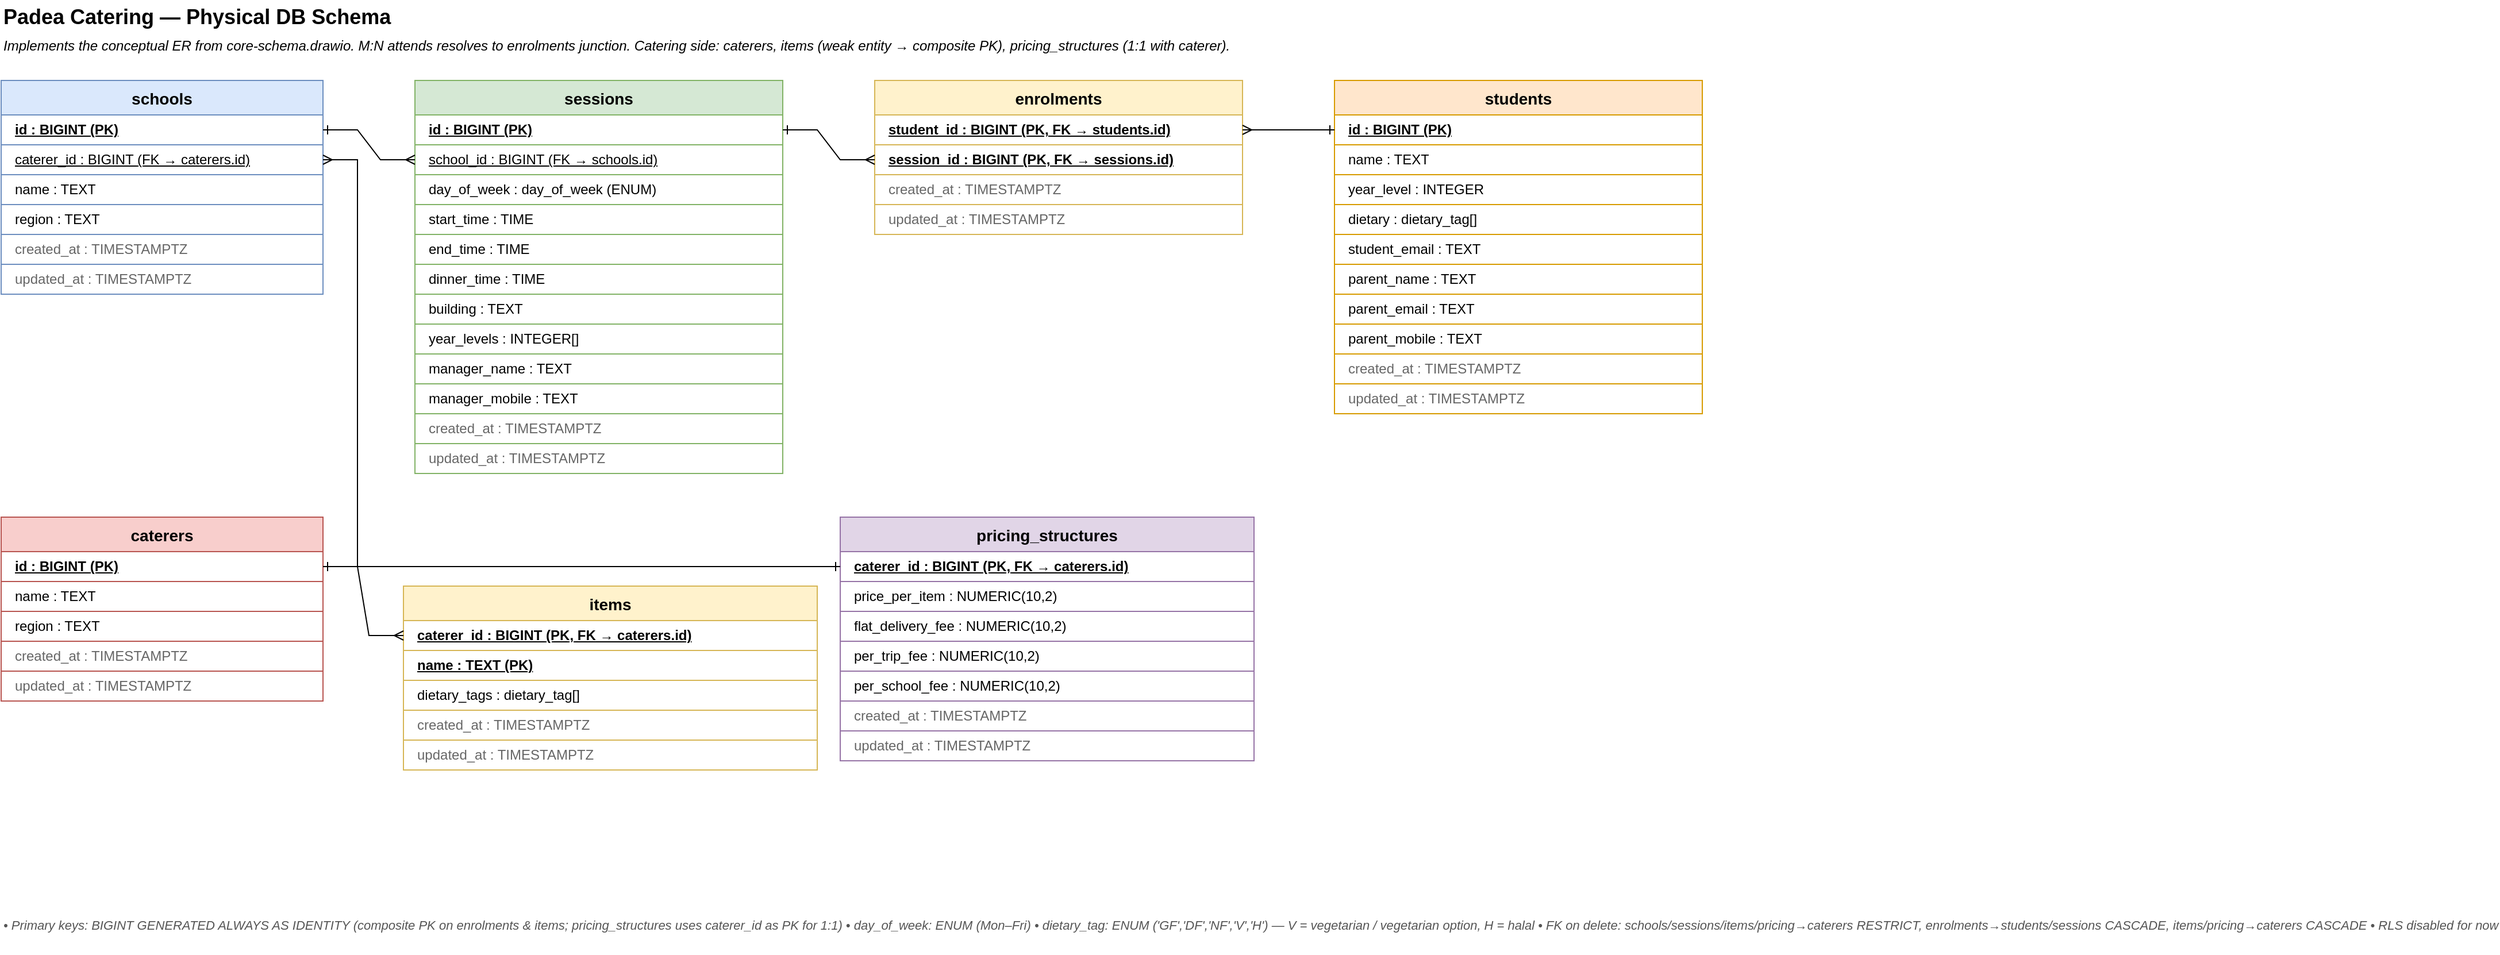
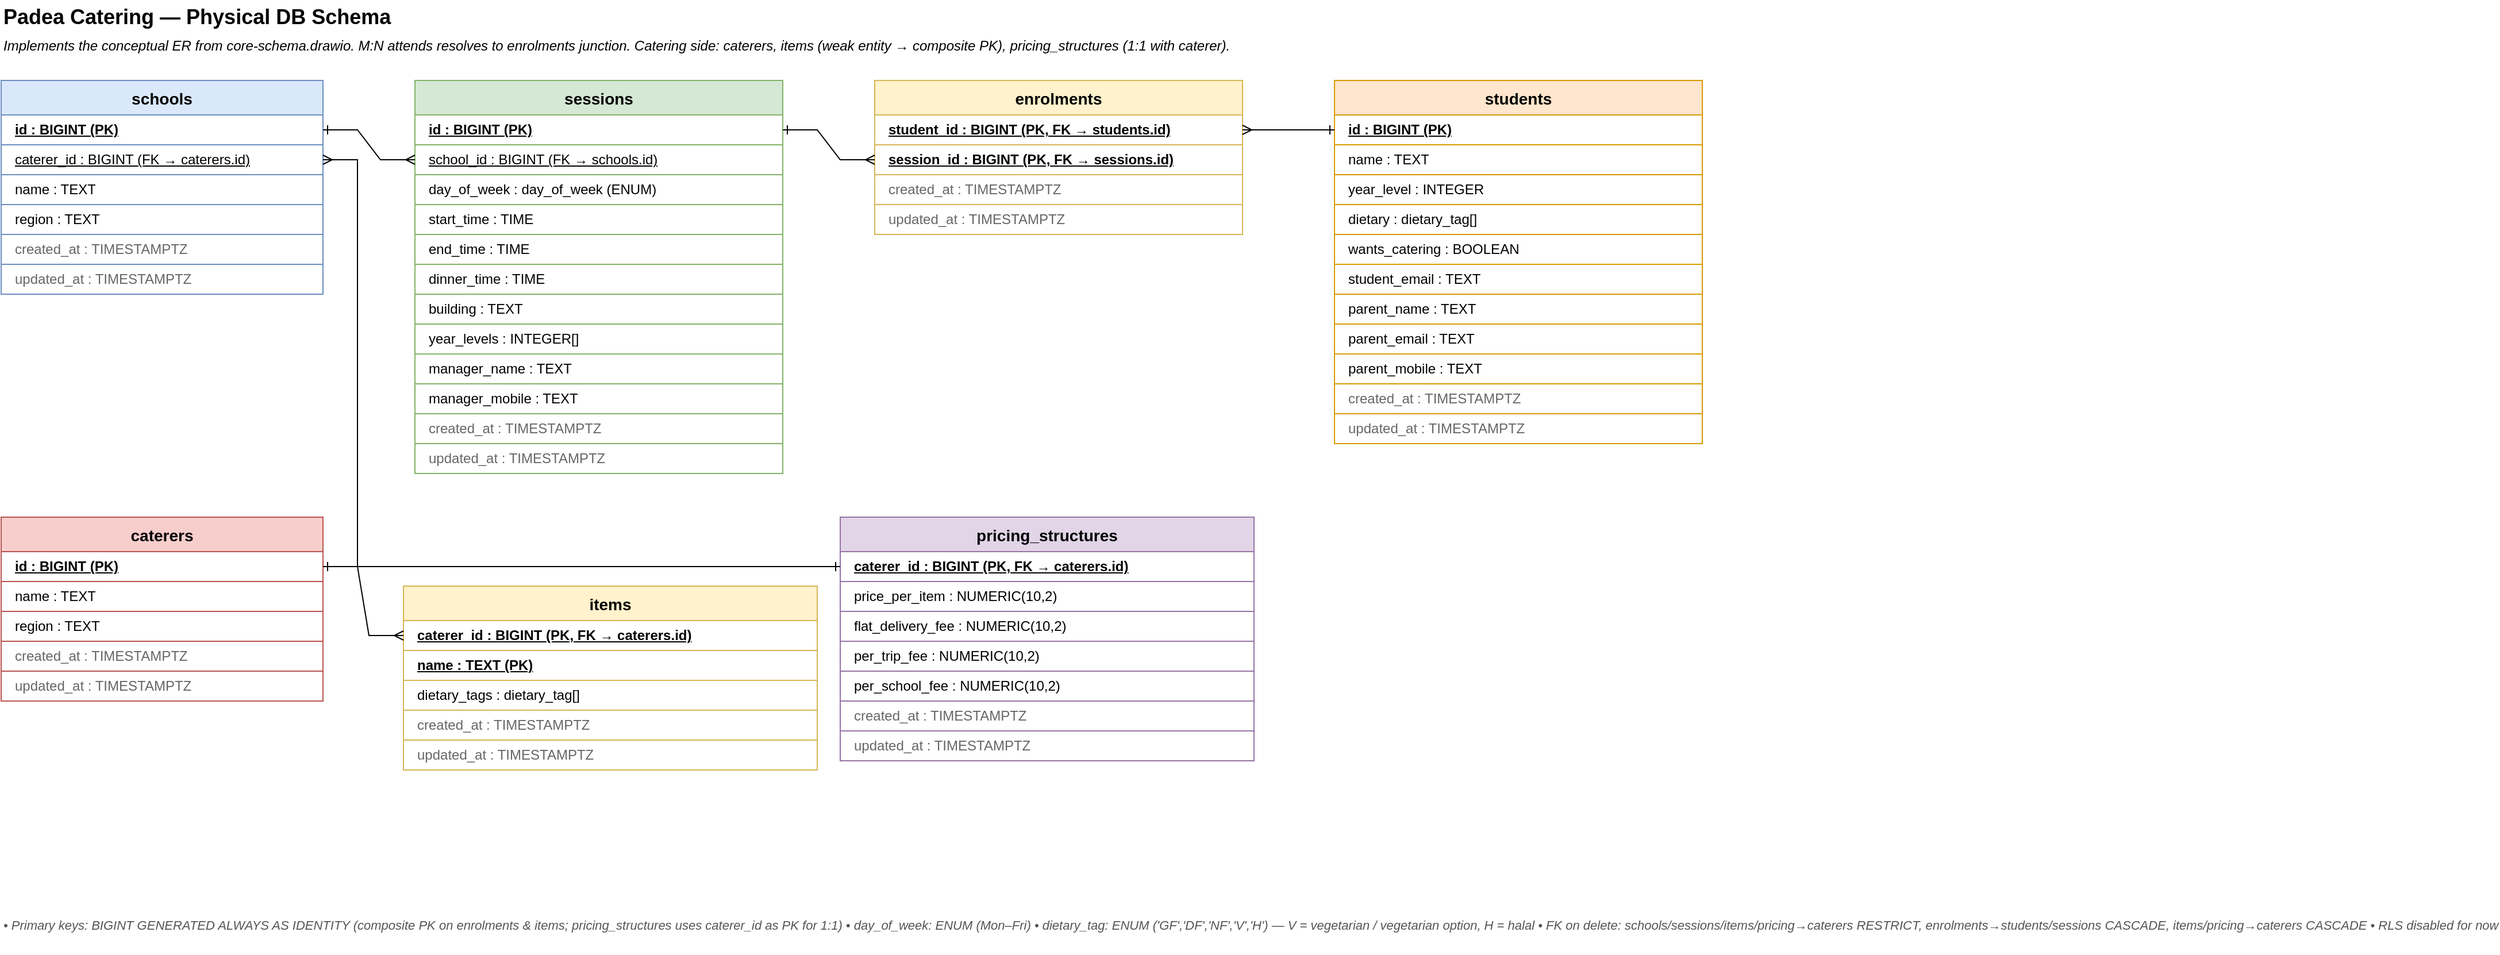
<mxfile host="65bd71144e">
    <diagram name="DB Schema" id="db-schema">
        <mxGraphModel dx="1240" dy="691" grid="1" gridSize="10" guides="1" tooltips="1" connect="1" arrows="1" fold="1" page="1" pageScale="1" pageWidth="1700" pageHeight="900" math="0" shadow="0">
            <root>
                <mxCell id="0"/>
                <mxCell id="1" parent="0"/>
                <mxCell id="title" value="Padea Catering — Physical DB Schema" style="text;html=1;align=left;verticalAlign=middle;fontSize=18;fontStyle=1;" parent="1" vertex="1">
                    <mxGeometry x="40" y="20" width="800" height="30" as="geometry"/>
                </mxCell>
                <mxCell id="subtitle" value="Implements the conceptual ER from core-schema.drawio. M:N attends resolves to enrolments junction. Catering side: caterers, items (weak entity → composite PK), pricing_structures (1:1 with caterer)." style="text;html=1;align=left;verticalAlign=middle;fontSize=12;fontStyle=2;" parent="1" vertex="1">
                    <mxGeometry x="40" y="50" width="1500" height="20" as="geometry"/>
                </mxCell>
                <mxCell id="schools" value="schools" style="shape=table;startSize=30;container=1;collapsible=0;childLayout=tableLayout;fontSize=14;fontStyle=1;fillColor=#dae8fc;strokeColor=#6c8ebf;" parent="1" vertex="1">
                    <mxGeometry x="40" y="90" width="280" height="186" as="geometry"/>
                </mxCell>
                <mxCell id="schools-r1" value="" style="shape=tableRow;horizontal=0;startSize=0;swimlaneHead=0;swimlaneBody=0;strokeColor=inherit;top=0;left=0;bottom=0;right=0;collapsible=0;dropTarget=0;fillColor=none;points=[[0,0.5],[1,0.5]];portConstraint=eastwest;fontSize=12;" parent="schools" vertex="1">
                    <mxGeometry y="30" width="280" height="26" as="geometry"/>
                </mxCell>
                <mxCell id="schools-r1-c" value="id : BIGINT  (PK)" style="shape=partialRectangle;html=1;whiteSpace=wrap;connectable=0;strokeColor=inherit;overflow=hidden;fillColor=none;top=0;left=0;bottom=0;right=0;pointerEvents=1;fontStyle=5;align=left;spacingLeft=10;" parent="schools-r1" vertex="1">
                    <mxGeometry width="280" height="26" as="geometry"/>
                </mxCell>
                <mxCell id="schools-r-cat" value="" style="shape=tableRow;horizontal=0;startSize=0;swimlaneHead=0;swimlaneBody=0;strokeColor=inherit;top=0;left=0;bottom=0;right=0;collapsible=0;dropTarget=0;fillColor=none;points=[[0,0.5],[1,0.5]];portConstraint=eastwest;fontSize=12;" parent="schools" vertex="1">
                    <mxGeometry y="56" width="280" height="26" as="geometry"/>
                </mxCell>
                <mxCell id="schools-r-cat-c" value="caterer_id : BIGINT  (FK → caterers.id)" style="shape=partialRectangle;html=1;whiteSpace=wrap;connectable=0;strokeColor=inherit;overflow=hidden;fillColor=none;top=0;left=0;bottom=0;right=0;pointerEvents=1;fontStyle=4;align=left;spacingLeft=10;" parent="schools-r-cat" vertex="1">
                    <mxGeometry width="280" height="26" as="geometry"/>
                </mxCell>
                <mxCell id="schools-r2" value="" style="shape=tableRow;horizontal=0;startSize=0;swimlaneHead=0;swimlaneBody=0;strokeColor=inherit;top=0;left=0;bottom=0;right=0;collapsible=0;dropTarget=0;fillColor=none;points=[[0,0.5],[1,0.5]];portConstraint=eastwest;fontSize=12;" parent="schools" vertex="1">
                    <mxGeometry y="82" width="280" height="26" as="geometry"/>
                </mxCell>
                <mxCell id="schools-r2-c" value="name : TEXT" style="shape=partialRectangle;html=1;whiteSpace=wrap;connectable=0;strokeColor=inherit;overflow=hidden;fillColor=none;top=0;left=0;bottom=0;right=0;pointerEvents=1;align=left;spacingLeft=10;" parent="schools-r2" vertex="1">
                    <mxGeometry width="280" height="26" as="geometry"/>
                </mxCell>
                <mxCell id="schools-r3" value="" style="shape=tableRow;horizontal=0;startSize=0;swimlaneHead=0;swimlaneBody=0;strokeColor=inherit;top=0;left=0;bottom=0;right=0;collapsible=0;dropTarget=0;fillColor=none;points=[[0,0.5],[1,0.5]];portConstraint=eastwest;fontSize=12;" parent="schools" vertex="1">
                    <mxGeometry y="108" width="280" height="26" as="geometry"/>
                </mxCell>
                <mxCell id="schools-r3-c" value="region : TEXT" style="shape=partialRectangle;html=1;whiteSpace=wrap;connectable=0;strokeColor=inherit;overflow=hidden;fillColor=none;top=0;left=0;bottom=0;right=0;pointerEvents=1;align=left;spacingLeft=10;" parent="schools-r3" vertex="1">
                    <mxGeometry width="280" height="26" as="geometry"/>
                </mxCell>
                <mxCell id="schools-r4" value="" style="shape=tableRow;horizontal=0;startSize=0;swimlaneHead=0;swimlaneBody=0;strokeColor=inherit;top=0;left=0;bottom=0;right=0;collapsible=0;dropTarget=0;fillColor=none;points=[[0,0.5],[1,0.5]];portConstraint=eastwest;fontSize=12;" parent="schools" vertex="1">
                    <mxGeometry y="134" width="280" height="26" as="geometry"/>
                </mxCell>
                <mxCell id="schools-r4-c" value="created_at : TIMESTAMPTZ" style="shape=partialRectangle;html=1;whiteSpace=wrap;connectable=0;strokeColor=inherit;overflow=hidden;fillColor=none;top=0;left=0;bottom=0;right=0;pointerEvents=1;align=left;spacingLeft=10;fontColor=#666666;" parent="schools-r4" vertex="1">
                    <mxGeometry width="280" height="26" as="geometry"/>
                </mxCell>
                <mxCell id="schools-r5" value="" style="shape=tableRow;horizontal=0;startSize=0;swimlaneHead=0;swimlaneBody=0;strokeColor=inherit;top=0;left=0;bottom=0;right=0;collapsible=0;dropTarget=0;fillColor=none;points=[[0,0.5],[1,0.5]];portConstraint=eastwest;fontSize=12;" parent="schools" vertex="1">
                    <mxGeometry y="160" width="280" height="26" as="geometry"/>
                </mxCell>
                <mxCell id="schools-r5-c" value="updated_at : TIMESTAMPTZ" style="shape=partialRectangle;html=1;whiteSpace=wrap;connectable=0;strokeColor=inherit;overflow=hidden;fillColor=none;top=0;left=0;bottom=0;right=0;pointerEvents=1;align=left;spacingLeft=10;fontColor=#666666;" parent="schools-r5" vertex="1">
                    <mxGeometry width="280" height="26" as="geometry"/>
                </mxCell>
                <mxCell id="sessions" value="sessions" style="shape=table;startSize=30;container=1;collapsible=0;childLayout=tableLayout;fontSize=14;fontStyle=1;fillColor=#d5e8d4;strokeColor=#82b366;" parent="1" vertex="1">
                    <mxGeometry x="400" y="90" width="320" height="342" as="geometry"/>
                </mxCell>
                <mxCell id="sessions-r1" value="" style="shape=tableRow;horizontal=0;startSize=0;swimlaneHead=0;swimlaneBody=0;strokeColor=inherit;top=0;left=0;bottom=0;right=0;collapsible=0;dropTarget=0;fillColor=none;points=[[0,0.5],[1,0.5]];portConstraint=eastwest;fontSize=12;" parent="sessions" vertex="1">
                    <mxGeometry y="30" width="320" height="26" as="geometry"/>
                </mxCell>
                <mxCell id="sessions-r1-c" value="id : BIGINT  (PK)" style="shape=partialRectangle;html=1;whiteSpace=wrap;connectable=0;strokeColor=inherit;overflow=hidden;fillColor=none;top=0;left=0;bottom=0;right=0;pointerEvents=1;fontStyle=5;align=left;spacingLeft=10;" parent="sessions-r1" vertex="1">
                    <mxGeometry width="320" height="26" as="geometry"/>
                </mxCell>
                <mxCell id="sessions-r2" value="" style="shape=tableRow;horizontal=0;startSize=0;swimlaneHead=0;swimlaneBody=0;strokeColor=inherit;top=0;left=0;bottom=0;right=0;collapsible=0;dropTarget=0;fillColor=none;points=[[0,0.5],[1,0.5]];portConstraint=eastwest;fontSize=12;" parent="sessions" vertex="1">
                    <mxGeometry y="56" width="320" height="26" as="geometry"/>
                </mxCell>
                <mxCell id="sessions-r2-c" value="school_id : BIGINT  (FK → schools.id)" style="shape=partialRectangle;html=1;whiteSpace=wrap;connectable=0;strokeColor=inherit;overflow=hidden;fillColor=none;top=0;left=0;bottom=0;right=0;pointerEvents=1;fontStyle=4;align=left;spacingLeft=10;" parent="sessions-r2" vertex="1">
                    <mxGeometry width="320" height="26" as="geometry"/>
                </mxCell>
                <mxCell id="sessions-r3" value="" style="shape=tableRow;horizontal=0;startSize=0;swimlaneHead=0;swimlaneBody=0;strokeColor=inherit;top=0;left=0;bottom=0;right=0;collapsible=0;dropTarget=0;fillColor=none;points=[[0,0.5],[1,0.5]];portConstraint=eastwest;fontSize=12;" parent="sessions" vertex="1">
                    <mxGeometry y="82" width="320" height="26" as="geometry"/>
                </mxCell>
                <mxCell id="sessions-r3-c" value="day_of_week : day_of_week (ENUM)" style="shape=partialRectangle;html=1;whiteSpace=wrap;connectable=0;strokeColor=inherit;overflow=hidden;fillColor=none;top=0;left=0;bottom=0;right=0;pointerEvents=1;align=left;spacingLeft=10;" parent="sessions-r3" vertex="1">
                    <mxGeometry width="320" height="26" as="geometry"/>
                </mxCell>
                <mxCell id="sessions-r4" value="" style="shape=tableRow;horizontal=0;startSize=0;swimlaneHead=0;swimlaneBody=0;strokeColor=inherit;top=0;left=0;bottom=0;right=0;collapsible=0;dropTarget=0;fillColor=none;points=[[0,0.5],[1,0.5]];portConstraint=eastwest;fontSize=12;" parent="sessions" vertex="1">
                    <mxGeometry y="108" width="320" height="26" as="geometry"/>
                </mxCell>
                <mxCell id="sessions-r4-c" value="start_time : TIME" style="shape=partialRectangle;html=1;whiteSpace=wrap;connectable=0;strokeColor=inherit;overflow=hidden;fillColor=none;top=0;left=0;bottom=0;right=0;pointerEvents=1;align=left;spacingLeft=10;" parent="sessions-r4" vertex="1">
                    <mxGeometry width="320" height="26" as="geometry"/>
                </mxCell>
                <mxCell id="sessions-r5" value="" style="shape=tableRow;horizontal=0;startSize=0;swimlaneHead=0;swimlaneBody=0;strokeColor=inherit;top=0;left=0;bottom=0;right=0;collapsible=0;dropTarget=0;fillColor=none;points=[[0,0.5],[1,0.5]];portConstraint=eastwest;fontSize=12;" parent="sessions" vertex="1">
                    <mxGeometry y="134" width="320" height="26" as="geometry"/>
                </mxCell>
                <mxCell id="sessions-r5-c" value="end_time : TIME" style="shape=partialRectangle;html=1;whiteSpace=wrap;connectable=0;strokeColor=inherit;overflow=hidden;fillColor=none;top=0;left=0;bottom=0;right=0;pointerEvents=1;align=left;spacingLeft=10;" parent="sessions-r5" vertex="1">
                    <mxGeometry width="320" height="26" as="geometry"/>
                </mxCell>
                <mxCell id="sessions-r6" value="" style="shape=tableRow;horizontal=0;startSize=0;swimlaneHead=0;swimlaneBody=0;strokeColor=inherit;top=0;left=0;bottom=0;right=0;collapsible=0;dropTarget=0;fillColor=none;points=[[0,0.5],[1,0.5]];portConstraint=eastwest;fontSize=12;" parent="sessions" vertex="1">
                    <mxGeometry y="160" width="320" height="26" as="geometry"/>
                </mxCell>
                <mxCell id="sessions-r6-c" value="dinner_time : TIME" style="shape=partialRectangle;html=1;whiteSpace=wrap;connectable=0;strokeColor=inherit;overflow=hidden;fillColor=none;top=0;left=0;bottom=0;right=0;pointerEvents=1;align=left;spacingLeft=10;" parent="sessions-r6" vertex="1">
                    <mxGeometry width="320" height="26" as="geometry"/>
                </mxCell>
                <mxCell id="sessions-r7" value="" style="shape=tableRow;horizontal=0;startSize=0;swimlaneHead=0;swimlaneBody=0;strokeColor=inherit;top=0;left=0;bottom=0;right=0;collapsible=0;dropTarget=0;fillColor=none;points=[[0,0.5],[1,0.5]];portConstraint=eastwest;fontSize=12;" parent="sessions" vertex="1">
                    <mxGeometry y="186" width="320" height="26" as="geometry"/>
                </mxCell>
                <mxCell id="sessions-r7-c" value="building : TEXT" style="shape=partialRectangle;html=1;whiteSpace=wrap;connectable=0;strokeColor=inherit;overflow=hidden;fillColor=none;top=0;left=0;bottom=0;right=0;pointerEvents=1;align=left;spacingLeft=10;" parent="sessions-r7" vertex="1">
                    <mxGeometry width="320" height="26" as="geometry"/>
                </mxCell>
                <mxCell id="sessions-r8" value="" style="shape=tableRow;horizontal=0;startSize=0;swimlaneHead=0;swimlaneBody=0;strokeColor=inherit;top=0;left=0;bottom=0;right=0;collapsible=0;dropTarget=0;fillColor=none;points=[[0,0.5],[1,0.5]];portConstraint=eastwest;fontSize=12;" parent="sessions" vertex="1">
                    <mxGeometry y="212" width="320" height="26" as="geometry"/>
                </mxCell>
                <mxCell id="sessions-r8-c" value="year_levels : INTEGER[]" style="shape=partialRectangle;html=1;whiteSpace=wrap;connectable=0;strokeColor=inherit;overflow=hidden;fillColor=none;top=0;left=0;bottom=0;right=0;pointerEvents=1;align=left;spacingLeft=10;" parent="sessions-r8" vertex="1">
                    <mxGeometry width="320" height="26" as="geometry"/>
                </mxCell>
                <mxCell id="sessions-r9" value="" style="shape=tableRow;horizontal=0;startSize=0;swimlaneHead=0;swimlaneBody=0;strokeColor=inherit;top=0;left=0;bottom=0;right=0;collapsible=0;dropTarget=0;fillColor=none;points=[[0,0.5],[1,0.5]];portConstraint=eastwest;fontSize=12;" parent="sessions" vertex="1">
                    <mxGeometry y="238" width="320" height="26" as="geometry"/>
                </mxCell>
                <mxCell id="sessions-r9-c" value="manager_name : TEXT" style="shape=partialRectangle;html=1;whiteSpace=wrap;connectable=0;strokeColor=inherit;overflow=hidden;fillColor=none;top=0;left=0;bottom=0;right=0;pointerEvents=1;align=left;spacingLeft=10;" parent="sessions-r9" vertex="1">
                    <mxGeometry width="320" height="26" as="geometry"/>
                </mxCell>
                <mxCell id="sessions-r10" value="" style="shape=tableRow;horizontal=0;startSize=0;swimlaneHead=0;swimlaneBody=0;strokeColor=inherit;top=0;left=0;bottom=0;right=0;collapsible=0;dropTarget=0;fillColor=none;points=[[0,0.5],[1,0.5]];portConstraint=eastwest;fontSize=12;" parent="sessions" vertex="1">
                    <mxGeometry y="264" width="320" height="26" as="geometry"/>
                </mxCell>
                <mxCell id="sessions-r10-c" value="manager_mobile : TEXT" style="shape=partialRectangle;html=1;whiteSpace=wrap;connectable=0;strokeColor=inherit;overflow=hidden;fillColor=none;top=0;left=0;bottom=0;right=0;pointerEvents=1;align=left;spacingLeft=10;" parent="sessions-r10" vertex="1">
                    <mxGeometry width="320" height="26" as="geometry"/>
                </mxCell>
                <mxCell id="sessions-r11" value="" style="shape=tableRow;horizontal=0;startSize=0;swimlaneHead=0;swimlaneBody=0;strokeColor=inherit;top=0;left=0;bottom=0;right=0;collapsible=0;dropTarget=0;fillColor=none;points=[[0,0.5],[1,0.5]];portConstraint=eastwest;fontSize=12;" parent="sessions" vertex="1">
                    <mxGeometry y="290" width="320" height="26" as="geometry"/>
                </mxCell>
                <mxCell id="sessions-r11-c" value="created_at : TIMESTAMPTZ" style="shape=partialRectangle;html=1;whiteSpace=wrap;connectable=0;strokeColor=inherit;overflow=hidden;fillColor=none;top=0;left=0;bottom=0;right=0;pointerEvents=1;align=left;spacingLeft=10;fontColor=#666666;" parent="sessions-r11" vertex="1">
                    <mxGeometry width="320" height="26" as="geometry"/>
                </mxCell>
                <mxCell id="sessions-r12" value="" style="shape=tableRow;horizontal=0;startSize=0;swimlaneHead=0;swimlaneBody=0;strokeColor=inherit;top=0;left=0;bottom=0;right=0;collapsible=0;dropTarget=0;fillColor=none;points=[[0,0.5],[1,0.5]];portConstraint=eastwest;fontSize=12;" parent="sessions" vertex="1">
                    <mxGeometry y="316" width="320" height="26" as="geometry"/>
                </mxCell>
                <mxCell id="sessions-r12-c" value="updated_at : TIMESTAMPTZ" style="shape=partialRectangle;html=1;whiteSpace=wrap;connectable=0;strokeColor=inherit;overflow=hidden;fillColor=none;top=0;left=0;bottom=0;right=0;pointerEvents=1;align=left;spacingLeft=10;fontColor=#666666;" parent="sessions-r12" vertex="1">
                    <mxGeometry width="320" height="26" as="geometry"/>
                </mxCell>
                <mxCell id="enrolments" value="enrolments" style="shape=table;startSize=30;container=1;collapsible=0;childLayout=tableLayout;fontSize=14;fontStyle=1;fillColor=#fff2cc;strokeColor=#d6b656;" parent="1" vertex="1">
                    <mxGeometry x="800" y="90" width="320" height="134" as="geometry"/>
                </mxCell>
                <mxCell id="enrolments-r2" value="" style="shape=tableRow;horizontal=0;startSize=0;swimlaneHead=0;swimlaneBody=0;strokeColor=inherit;top=0;left=0;bottom=0;right=0;collapsible=0;dropTarget=0;fillColor=none;points=[[0,0.5],[1,0.5]];portConstraint=eastwest;fontSize=12;" parent="enrolments" vertex="1">
                    <mxGeometry y="30" width="320" height="26" as="geometry"/>
                </mxCell>
                <mxCell id="enrolments-r2-c" value="student_id : BIGINT  (PK, FK → students.id)" style="shape=partialRectangle;html=1;whiteSpace=wrap;connectable=0;strokeColor=inherit;overflow=hidden;fillColor=none;top=0;left=0;bottom=0;right=0;pointerEvents=1;fontStyle=5;align=left;spacingLeft=10;" parent="enrolments-r2" vertex="1">
                    <mxGeometry width="320" height="26" as="geometry"/>
                </mxCell>
                <mxCell id="enrolments-r3" value="" style="shape=tableRow;horizontal=0;startSize=0;swimlaneHead=0;swimlaneBody=0;strokeColor=inherit;top=0;left=0;bottom=0;right=0;collapsible=0;dropTarget=0;fillColor=none;points=[[0,0.5],[1,0.5]];portConstraint=eastwest;fontSize=12;" parent="enrolments" vertex="1">
                    <mxGeometry y="56" width="320" height="26" as="geometry"/>
                </mxCell>
                <mxCell id="enrolments-r3-c" value="session_id : BIGINT  (PK, FK → sessions.id)" style="shape=partialRectangle;html=1;whiteSpace=wrap;connectable=0;strokeColor=inherit;overflow=hidden;fillColor=none;top=0;left=0;bottom=0;right=0;pointerEvents=1;fontStyle=5;align=left;spacingLeft=10;" parent="enrolments-r3" vertex="1">
                    <mxGeometry width="320" height="26" as="geometry"/>
                </mxCell>
                <mxCell id="enrolments-r4" value="" style="shape=tableRow;horizontal=0;startSize=0;swimlaneHead=0;swimlaneBody=0;strokeColor=inherit;top=0;left=0;bottom=0;right=0;collapsible=0;dropTarget=0;fillColor=none;points=[[0,0.5],[1,0.5]];portConstraint=eastwest;fontSize=12;" parent="enrolments" vertex="1">
                    <mxGeometry y="82" width="320" height="26" as="geometry"/>
                </mxCell>
                <mxCell id="enrolments-r4-c" value="created_at : TIMESTAMPTZ" style="shape=partialRectangle;html=1;whiteSpace=wrap;connectable=0;strokeColor=inherit;overflow=hidden;fillColor=none;top=0;left=0;bottom=0;right=0;pointerEvents=1;align=left;spacingLeft=10;fontColor=#666666;" parent="enrolments-r4" vertex="1">
                    <mxGeometry width="320" height="26" as="geometry"/>
                </mxCell>
                <mxCell id="enrolments-r5" value="" style="shape=tableRow;horizontal=0;startSize=0;swimlaneHead=0;swimlaneBody=0;strokeColor=inherit;top=0;left=0;bottom=0;right=0;collapsible=0;dropTarget=0;fillColor=none;points=[[0,0.5],[1,0.5]];portConstraint=eastwest;fontSize=12;" parent="enrolments" vertex="1">
                    <mxGeometry y="108" width="320" height="26" as="geometry"/>
                </mxCell>
                <mxCell id="enrolments-r5-c" value="updated_at : TIMESTAMPTZ" style="shape=partialRectangle;html=1;whiteSpace=wrap;connectable=0;strokeColor=inherit;overflow=hidden;fillColor=none;top=0;left=0;bottom=0;right=0;pointerEvents=1;align=left;spacingLeft=10;fontColor=#666666;" parent="enrolments-r5" vertex="1">
                    <mxGeometry width="320" height="26" as="geometry"/>
                </mxCell>
                <mxCell id="students" value="students" style="shape=table;startSize=30;container=1;collapsible=0;childLayout=tableLayout;fontSize=14;fontStyle=1;fillColor=#ffe6cc;strokeColor=#d79b00;" parent="1" vertex="1">
-                     <mxGeometry x="1200" y="90" width="320" height="290" as="geometry"/>
+                     <mxGeometry x="1200" y="90" width="320" height="316" as="geometry"/>
                </mxCell>
                <mxCell id="students-r1" value="" style="shape=tableRow;horizontal=0;startSize=0;swimlaneHead=0;swimlaneBody=0;strokeColor=inherit;top=0;left=0;bottom=0;right=0;collapsible=0;dropTarget=0;fillColor=none;points=[[0,0.5],[1,0.5]];portConstraint=eastwest;fontSize=12;" parent="students" vertex="1">
                    <mxGeometry y="30" width="320" height="26" as="geometry"/>
                </mxCell>
                <mxCell id="students-r1-c" value="id : BIGINT  (PK)" style="shape=partialRectangle;html=1;whiteSpace=wrap;connectable=0;strokeColor=inherit;overflow=hidden;fillColor=none;top=0;left=0;bottom=0;right=0;pointerEvents=1;fontStyle=5;align=left;spacingLeft=10;" parent="students-r1" vertex="1">
                    <mxGeometry width="320" height="26" as="geometry"/>
                </mxCell>
                <mxCell id="students-r2" value="" style="shape=tableRow;horizontal=0;startSize=0;swimlaneHead=0;swimlaneBody=0;strokeColor=inherit;top=0;left=0;bottom=0;right=0;collapsible=0;dropTarget=0;fillColor=none;points=[[0,0.5],[1,0.5]];portConstraint=eastwest;fontSize=12;" parent="students" vertex="1">
                    <mxGeometry y="56" width="320" height="26" as="geometry"/>
                </mxCell>
                <mxCell id="students-r2-c" value="name : TEXT" style="shape=partialRectangle;html=1;whiteSpace=wrap;connectable=0;strokeColor=inherit;overflow=hidden;fillColor=none;top=0;left=0;bottom=0;right=0;pointerEvents=1;align=left;spacingLeft=10;" parent="students-r2" vertex="1">
                    <mxGeometry width="320" height="26" as="geometry"/>
                </mxCell>
                <mxCell id="students-r3" value="" style="shape=tableRow;horizontal=0;startSize=0;swimlaneHead=0;swimlaneBody=0;strokeColor=inherit;top=0;left=0;bottom=0;right=0;collapsible=0;dropTarget=0;fillColor=none;points=[[0,0.5],[1,0.5]];portConstraint=eastwest;fontSize=12;" parent="students" vertex="1">
                    <mxGeometry y="82" width="320" height="26" as="geometry"/>
                </mxCell>
                <mxCell id="students-r3-c" value="year_level : INTEGER" style="shape=partialRectangle;html=1;whiteSpace=wrap;connectable=0;strokeColor=inherit;overflow=hidden;fillColor=none;top=0;left=0;bottom=0;right=0;pointerEvents=1;align=left;spacingLeft=10;" parent="students-r3" vertex="1">
                    <mxGeometry width="320" height="26" as="geometry"/>
                </mxCell>
                <mxCell id="students-r4" value="" style="shape=tableRow;horizontal=0;startSize=0;swimlaneHead=0;swimlaneBody=0;strokeColor=inherit;top=0;left=0;bottom=0;right=0;collapsible=0;dropTarget=0;fillColor=none;points=[[0,0.5],[1,0.5]];portConstraint=eastwest;fontSize=12;" parent="students" vertex="1">
                    <mxGeometry y="108" width="320" height="26" as="geometry"/>
                </mxCell>
                <mxCell id="students-r4-c" value="dietary : dietary_tag[]" style="shape=partialRectangle;html=1;whiteSpace=wrap;connectable=0;strokeColor=inherit;overflow=hidden;fillColor=none;top=0;left=0;bottom=0;right=0;pointerEvents=1;align=left;spacingLeft=10;" parent="students-r4" vertex="1">
                    <mxGeometry width="320" height="26" as="geometry"/>
                </mxCell>
+                 <mxCell id="students-r-wc" value="" style="shape=tableRow;horizontal=0;startSize=0;swimlaneHead=0;swimlaneBody=0;strokeColor=inherit;top=0;left=0;bottom=0;right=0;collapsible=0;dropTarget=0;fillColor=none;points=[[0,0.5],[1,0.5]];portConstraint=eastwest;fontSize=12;" parent="students" vertex="1">
+                     <mxGeometry y="134" width="320" height="26" as="geometry"/>
+                 </mxCell>
+                 <mxCell id="students-r-wc-c" value="wants_catering : BOOLEAN" style="shape=partialRectangle;html=1;whiteSpace=wrap;connectable=0;strokeColor=inherit;overflow=hidden;fillColor=none;top=0;left=0;bottom=0;right=0;pointerEvents=1;align=left;spacingLeft=10;" parent="students-r-wc" vertex="1">
+                     <mxGeometry width="320" height="26" as="geometry"/>
+                 </mxCell>
                <mxCell id="students-r5" value="" style="shape=tableRow;horizontal=0;startSize=0;swimlaneHead=0;swimlaneBody=0;strokeColor=inherit;top=0;left=0;bottom=0;right=0;collapsible=0;dropTarget=0;fillColor=none;points=[[0,0.5],[1,0.5]];portConstraint=eastwest;fontSize=12;" parent="students" vertex="1">
-                     <mxGeometry y="134" width="320" height="26" as="geometry"/>
+                     <mxGeometry y="160" width="320" height="26" as="geometry"/>
                </mxCell>
                <mxCell id="students-r5-c" value="student_email : TEXT" style="shape=partialRectangle;html=1;whiteSpace=wrap;connectable=0;strokeColor=inherit;overflow=hidden;fillColor=none;top=0;left=0;bottom=0;right=0;pointerEvents=1;align=left;spacingLeft=10;" parent="students-r5" vertex="1">
                    <mxGeometry width="320" height="26" as="geometry"/>
                </mxCell>
                <mxCell id="students-r6" value="" style="shape=tableRow;horizontal=0;startSize=0;swimlaneHead=0;swimlaneBody=0;strokeColor=inherit;top=0;left=0;bottom=0;right=0;collapsible=0;dropTarget=0;fillColor=none;points=[[0,0.5],[1,0.5]];portConstraint=eastwest;fontSize=12;" parent="students" vertex="1">
-                     <mxGeometry y="160" width="320" height="26" as="geometry"/>
+                     <mxGeometry y="186" width="320" height="26" as="geometry"/>
                </mxCell>
                <mxCell id="students-r6-c" value="parent_name : TEXT" style="shape=partialRectangle;html=1;whiteSpace=wrap;connectable=0;strokeColor=inherit;overflow=hidden;fillColor=none;top=0;left=0;bottom=0;right=0;pointerEvents=1;align=left;spacingLeft=10;" parent="students-r6" vertex="1">
                    <mxGeometry width="320" height="26" as="geometry"/>
                </mxCell>
                <mxCell id="students-r7" value="" style="shape=tableRow;horizontal=0;startSize=0;swimlaneHead=0;swimlaneBody=0;strokeColor=inherit;top=0;left=0;bottom=0;right=0;collapsible=0;dropTarget=0;fillColor=none;points=[[0,0.5],[1,0.5]];portConstraint=eastwest;fontSize=12;" parent="students" vertex="1">
-                     <mxGeometry y="186" width="320" height="26" as="geometry"/>
+                     <mxGeometry y="212" width="320" height="26" as="geometry"/>
                </mxCell>
                <mxCell id="students-r7-c" value="parent_email : TEXT" style="shape=partialRectangle;html=1;whiteSpace=wrap;connectable=0;strokeColor=inherit;overflow=hidden;fillColor=none;top=0;left=0;bottom=0;right=0;pointerEvents=1;align=left;spacingLeft=10;" parent="students-r7" vertex="1">
                    <mxGeometry width="320" height="26" as="geometry"/>
                </mxCell>
                <mxCell id="students-r8" value="" style="shape=tableRow;horizontal=0;startSize=0;swimlaneHead=0;swimlaneBody=0;strokeColor=inherit;top=0;left=0;bottom=0;right=0;collapsible=0;dropTarget=0;fillColor=none;points=[[0,0.5],[1,0.5]];portConstraint=eastwest;fontSize=12;" parent="students" vertex="1">
-                     <mxGeometry y="212" width="320" height="26" as="geometry"/>
+                     <mxGeometry y="238" width="320" height="26" as="geometry"/>
                </mxCell>
                <mxCell id="students-r8-c" value="parent_mobile : TEXT" style="shape=partialRectangle;html=1;whiteSpace=wrap;connectable=0;strokeColor=inherit;overflow=hidden;fillColor=none;top=0;left=0;bottom=0;right=0;pointerEvents=1;align=left;spacingLeft=10;" parent="students-r8" vertex="1">
                    <mxGeometry width="320" height="26" as="geometry"/>
                </mxCell>
                <mxCell id="students-r9" value="" style="shape=tableRow;horizontal=0;startSize=0;swimlaneHead=0;swimlaneBody=0;strokeColor=inherit;top=0;left=0;bottom=0;right=0;collapsible=0;dropTarget=0;fillColor=none;points=[[0,0.5],[1,0.5]];portConstraint=eastwest;fontSize=12;" parent="students" vertex="1">
-                     <mxGeometry y="238" width="320" height="26" as="geometry"/>
+                     <mxGeometry y="264" width="320" height="26" as="geometry"/>
                </mxCell>
                <mxCell id="students-r9-c" value="created_at : TIMESTAMPTZ" style="shape=partialRectangle;html=1;whiteSpace=wrap;connectable=0;strokeColor=inherit;overflow=hidden;fillColor=none;top=0;left=0;bottom=0;right=0;pointerEvents=1;align=left;spacingLeft=10;fontColor=#666666;" parent="students-r9" vertex="1">
                    <mxGeometry width="320" height="26" as="geometry"/>
                </mxCell>
                <mxCell id="students-r10" value="" style="shape=tableRow;horizontal=0;startSize=0;swimlaneHead=0;swimlaneBody=0;strokeColor=inherit;top=0;left=0;bottom=0;right=0;collapsible=0;dropTarget=0;fillColor=none;points=[[0,0.5],[1,0.5]];portConstraint=eastwest;fontSize=12;" parent="students" vertex="1">
-                     <mxGeometry y="264" width="320" height="26" as="geometry"/>
+                     <mxGeometry y="290" width="320" height="26" as="geometry"/>
                </mxCell>
                <mxCell id="students-r10-c" value="updated_at : TIMESTAMPTZ" style="shape=partialRectangle;html=1;whiteSpace=wrap;connectable=0;strokeColor=inherit;overflow=hidden;fillColor=none;top=0;left=0;bottom=0;right=0;pointerEvents=1;align=left;spacingLeft=10;fontColor=#666666;" parent="students-r10" vertex="1">
                    <mxGeometry width="320" height="26" as="geometry"/>
                </mxCell>
                <mxCell id="caterers" value="caterers" style="shape=table;startSize=30;container=1;collapsible=0;childLayout=tableLayout;fontSize=14;fontStyle=1;fillColor=#f8cecc;strokeColor=#b85450;" parent="1" vertex="1">
                    <mxGeometry x="40" y="470" width="280" height="160" as="geometry"/>
                </mxCell>
                <mxCell id="caterers-r1" value="" style="shape=tableRow;horizontal=0;startSize=0;swimlaneHead=0;swimlaneBody=0;strokeColor=inherit;top=0;left=0;bottom=0;right=0;collapsible=0;dropTarget=0;fillColor=none;points=[[0,0.5],[1,0.5]];portConstraint=eastwest;fontSize=12;" parent="caterers" vertex="1">
                    <mxGeometry y="30" width="280" height="26" as="geometry"/>
                </mxCell>
                <mxCell id="caterers-r1-c" value="id : BIGINT  (PK)" style="shape=partialRectangle;html=1;whiteSpace=wrap;connectable=0;strokeColor=inherit;overflow=hidden;fillColor=none;top=0;left=0;bottom=0;right=0;pointerEvents=1;fontStyle=5;align=left;spacingLeft=10;" parent="caterers-r1" vertex="1">
                    <mxGeometry width="280" height="26" as="geometry">
                        <mxRectangle width="280" height="26" as="alternateBounds"/>
                    </mxGeometry>
                </mxCell>
                <mxCell id="caterers-r2" value="" style="shape=tableRow;horizontal=0;startSize=0;swimlaneHead=0;swimlaneBody=0;strokeColor=inherit;top=0;left=0;bottom=0;right=0;collapsible=0;dropTarget=0;fillColor=none;points=[[0,0.5],[1,0.5]];portConstraint=eastwest;fontSize=12;" parent="caterers" vertex="1">
                    <mxGeometry y="56" width="280" height="26" as="geometry"/>
                </mxCell>
                <mxCell id="caterers-r2-c" value="name : TEXT" style="shape=partialRectangle;html=1;whiteSpace=wrap;connectable=0;strokeColor=inherit;overflow=hidden;fillColor=none;top=0;left=0;bottom=0;right=0;pointerEvents=1;align=left;spacingLeft=10;" parent="caterers-r2" vertex="1">
                    <mxGeometry width="280" height="26" as="geometry">
                        <mxRectangle width="280" height="26" as="alternateBounds"/>
                    </mxGeometry>
                </mxCell>
                <mxCell id="caterers-r3" value="" style="shape=tableRow;horizontal=0;startSize=0;swimlaneHead=0;swimlaneBody=0;strokeColor=inherit;top=0;left=0;bottom=0;right=0;collapsible=0;dropTarget=0;fillColor=none;points=[[0,0.5],[1,0.5]];portConstraint=eastwest;fontSize=12;" parent="caterers" vertex="1">
                    <mxGeometry y="82" width="280" height="26" as="geometry"/>
                </mxCell>
                <mxCell id="caterers-r3-c" value="region : TEXT" style="shape=partialRectangle;html=1;whiteSpace=wrap;connectable=0;strokeColor=inherit;overflow=hidden;fillColor=none;top=0;left=0;bottom=0;right=0;pointerEvents=1;align=left;spacingLeft=10;" parent="caterers-r3" vertex="1">
                    <mxGeometry width="280" height="26" as="geometry">
                        <mxRectangle width="280" height="26" as="alternateBounds"/>
                    </mxGeometry>
                </mxCell>
                <mxCell id="caterers-r4" value="" style="shape=tableRow;horizontal=0;startSize=0;swimlaneHead=0;swimlaneBody=0;strokeColor=inherit;top=0;left=0;bottom=0;right=0;collapsible=0;dropTarget=0;fillColor=none;points=[[0,0.5],[1,0.5]];portConstraint=eastwest;fontSize=12;" parent="caterers" vertex="1">
                    <mxGeometry y="108" width="280" height="26" as="geometry"/>
                </mxCell>
                <mxCell id="caterers-r4-c" value="created_at : TIMESTAMPTZ" style="shape=partialRectangle;html=1;whiteSpace=wrap;connectable=0;strokeColor=inherit;overflow=hidden;fillColor=none;top=0;left=0;bottom=0;right=0;pointerEvents=1;align=left;spacingLeft=10;fontColor=#666666;" parent="caterers-r4" vertex="1">
                    <mxGeometry width="280" height="26" as="geometry">
                        <mxRectangle width="280" height="26" as="alternateBounds"/>
                    </mxGeometry>
                </mxCell>
                <mxCell id="caterers-r5" value="" style="shape=tableRow;horizontal=0;startSize=0;swimlaneHead=0;swimlaneBody=0;strokeColor=inherit;top=0;left=0;bottom=0;right=0;collapsible=0;dropTarget=0;fillColor=none;points=[[0,0.5],[1,0.5]];portConstraint=eastwest;fontSize=12;" parent="caterers" vertex="1">
                    <mxGeometry y="134" width="280" height="26" as="geometry"/>
                </mxCell>
                <mxCell id="caterers-r5-c" value="updated_at : TIMESTAMPTZ" style="shape=partialRectangle;html=1;whiteSpace=wrap;connectable=0;strokeColor=inherit;overflow=hidden;fillColor=none;top=0;left=0;bottom=0;right=0;pointerEvents=1;align=left;spacingLeft=10;fontColor=#666666;" parent="caterers-r5" vertex="1">
                    <mxGeometry width="280" height="26" as="geometry">
                        <mxRectangle width="280" height="26" as="alternateBounds"/>
                    </mxGeometry>
                </mxCell>
                <mxCell id="items" value="items" style="shape=table;startSize=30;container=1;collapsible=0;childLayout=tableLayout;fontSize=14;fontStyle=1;fillColor=#fff2cc;strokeColor=#d6b656;" parent="1" vertex="1">
                    <mxGeometry x="390" y="530" width="360" height="160" as="geometry"/>
                </mxCell>
                <mxCell id="items-r1" value="" style="shape=tableRow;horizontal=0;startSize=0;swimlaneHead=0;swimlaneBody=0;strokeColor=inherit;top=0;left=0;bottom=0;right=0;collapsible=0;dropTarget=0;fillColor=none;points=[[0,0.5],[1,0.5]];portConstraint=eastwest;fontSize=12;" parent="items" vertex="1">
                    <mxGeometry y="30" width="360" height="26" as="geometry"/>
                </mxCell>
                <mxCell id="items-r1-c" value="caterer_id : BIGINT  (PK, FK → caterers.id)" style="shape=partialRectangle;html=1;whiteSpace=wrap;connectable=0;strokeColor=inherit;overflow=hidden;fillColor=none;top=0;left=0;bottom=0;right=0;pointerEvents=1;fontStyle=5;align=left;spacingLeft=10;" parent="items-r1" vertex="1">
                    <mxGeometry width="360" height="26" as="geometry">
                        <mxRectangle width="360" height="26" as="alternateBounds"/>
                    </mxGeometry>
                </mxCell>
                <mxCell id="items-r2" value="" style="shape=tableRow;horizontal=0;startSize=0;swimlaneHead=0;swimlaneBody=0;strokeColor=inherit;top=0;left=0;bottom=0;right=0;collapsible=0;dropTarget=0;fillColor=none;points=[[0,0.5],[1,0.5]];portConstraint=eastwest;fontSize=12;" parent="items" vertex="1">
                    <mxGeometry y="56" width="360" height="26" as="geometry"/>
                </mxCell>
                <mxCell id="items-r2-c" value="name : TEXT  (PK)" style="shape=partialRectangle;html=1;whiteSpace=wrap;connectable=0;strokeColor=inherit;overflow=hidden;fillColor=none;top=0;left=0;bottom=0;right=0;pointerEvents=1;fontStyle=5;align=left;spacingLeft=10;" parent="items-r2" vertex="1">
                    <mxGeometry width="360" height="26" as="geometry">
                        <mxRectangle width="360" height="26" as="alternateBounds"/>
                    </mxGeometry>
                </mxCell>
                <mxCell id="items-r3" value="" style="shape=tableRow;horizontal=0;startSize=0;swimlaneHead=0;swimlaneBody=0;strokeColor=inherit;top=0;left=0;bottom=0;right=0;collapsible=0;dropTarget=0;fillColor=none;points=[[0,0.5],[1,0.5]];portConstraint=eastwest;fontSize=12;" parent="items" vertex="1">
                    <mxGeometry y="82" width="360" height="26" as="geometry"/>
                </mxCell>
                <mxCell id="items-r3-c" value="dietary_tags : dietary_tag[]" style="shape=partialRectangle;html=1;whiteSpace=wrap;connectable=0;strokeColor=inherit;overflow=hidden;fillColor=none;top=0;left=0;bottom=0;right=0;pointerEvents=1;align=left;spacingLeft=10;" parent="items-r3" vertex="1">
                    <mxGeometry width="360" height="26" as="geometry">
                        <mxRectangle width="360" height="26" as="alternateBounds"/>
                    </mxGeometry>
                </mxCell>
                <mxCell id="items-r4" value="" style="shape=tableRow;horizontal=0;startSize=0;swimlaneHead=0;swimlaneBody=0;strokeColor=inherit;top=0;left=0;bottom=0;right=0;collapsible=0;dropTarget=0;fillColor=none;points=[[0,0.5],[1,0.5]];portConstraint=eastwest;fontSize=12;" parent="items" vertex="1">
                    <mxGeometry y="108" width="360" height="26" as="geometry"/>
                </mxCell>
                <mxCell id="items-r4-c" value="created_at : TIMESTAMPTZ" style="shape=partialRectangle;html=1;whiteSpace=wrap;connectable=0;strokeColor=inherit;overflow=hidden;fillColor=none;top=0;left=0;bottom=0;right=0;pointerEvents=1;align=left;spacingLeft=10;fontColor=#666666;" parent="items-r4" vertex="1">
                    <mxGeometry width="360" height="26" as="geometry">
                        <mxRectangle width="360" height="26" as="alternateBounds"/>
                    </mxGeometry>
                </mxCell>
                <mxCell id="items-r5" value="" style="shape=tableRow;horizontal=0;startSize=0;swimlaneHead=0;swimlaneBody=0;strokeColor=inherit;top=0;left=0;bottom=0;right=0;collapsible=0;dropTarget=0;fillColor=none;points=[[0,0.5],[1,0.5]];portConstraint=eastwest;fontSize=12;" parent="items" vertex="1">
                    <mxGeometry y="134" width="360" height="26" as="geometry"/>
                </mxCell>
                <mxCell id="items-r5-c" value="updated_at : TIMESTAMPTZ" style="shape=partialRectangle;html=1;whiteSpace=wrap;connectable=0;strokeColor=inherit;overflow=hidden;fillColor=none;top=0;left=0;bottom=0;right=0;pointerEvents=1;align=left;spacingLeft=10;fontColor=#666666;" parent="items-r5" vertex="1">
                    <mxGeometry width="360" height="26" as="geometry">
                        <mxRectangle width="360" height="26" as="alternateBounds"/>
                    </mxGeometry>
                </mxCell>
                <mxCell id="pricing" value="pricing_structures" style="shape=table;startSize=30;container=1;collapsible=0;childLayout=tableLayout;fontSize=14;fontStyle=1;fillColor=#e1d5e7;strokeColor=#9673a6;" parent="1" vertex="1">
                    <mxGeometry x="770" y="470" width="360" height="212" as="geometry"/>
                </mxCell>
                <mxCell id="pricing-r1" value="" style="shape=tableRow;horizontal=0;startSize=0;swimlaneHead=0;swimlaneBody=0;strokeColor=inherit;top=0;left=0;bottom=0;right=0;collapsible=0;dropTarget=0;fillColor=none;points=[[0,0.5],[1,0.5]];portConstraint=eastwest;fontSize=12;" parent="pricing" vertex="1">
                    <mxGeometry y="30" width="360" height="26" as="geometry"/>
                </mxCell>
                <mxCell id="pricing-r1-c" value="caterer_id : BIGINT  (PK, FK → caterers.id)" style="shape=partialRectangle;html=1;whiteSpace=wrap;connectable=0;strokeColor=inherit;overflow=hidden;fillColor=none;top=0;left=0;bottom=0;right=0;pointerEvents=1;fontStyle=5;align=left;spacingLeft=10;" parent="pricing-r1" vertex="1">
                    <mxGeometry width="360" height="26" as="geometry">
                        <mxRectangle width="360" height="26" as="alternateBounds"/>
                    </mxGeometry>
                </mxCell>
                <mxCell id="pricing-r2" value="" style="shape=tableRow;horizontal=0;startSize=0;swimlaneHead=0;swimlaneBody=0;strokeColor=inherit;top=0;left=0;bottom=0;right=0;collapsible=0;dropTarget=0;fillColor=none;points=[[0,0.5],[1,0.5]];portConstraint=eastwest;fontSize=12;" parent="pricing" vertex="1">
                    <mxGeometry y="56" width="360" height="26" as="geometry"/>
                </mxCell>
                <mxCell id="pricing-r2-c" value="price_per_item : NUMERIC(10,2)" style="shape=partialRectangle;html=1;whiteSpace=wrap;connectable=0;strokeColor=inherit;overflow=hidden;fillColor=none;top=0;left=0;bottom=0;right=0;pointerEvents=1;align=left;spacingLeft=10;" parent="pricing-r2" vertex="1">
                    <mxGeometry width="360" height="26" as="geometry">
                        <mxRectangle width="360" height="26" as="alternateBounds"/>
                    </mxGeometry>
                </mxCell>
                <mxCell id="pricing-r3" value="" style="shape=tableRow;horizontal=0;startSize=0;swimlaneHead=0;swimlaneBody=0;strokeColor=inherit;top=0;left=0;bottom=0;right=0;collapsible=0;dropTarget=0;fillColor=none;points=[[0,0.5],[1,0.5]];portConstraint=eastwest;fontSize=12;" parent="pricing" vertex="1">
                    <mxGeometry y="82" width="360" height="26" as="geometry"/>
                </mxCell>
                <mxCell id="pricing-r3-c" value="flat_delivery_fee : NUMERIC(10,2)" style="shape=partialRectangle;html=1;whiteSpace=wrap;connectable=0;strokeColor=inherit;overflow=hidden;fillColor=none;top=0;left=0;bottom=0;right=0;pointerEvents=1;align=left;spacingLeft=10;" parent="pricing-r3" vertex="1">
                    <mxGeometry width="360" height="26" as="geometry">
                        <mxRectangle width="360" height="26" as="alternateBounds"/>
                    </mxGeometry>
                </mxCell>
                <mxCell id="pricing-r4" value="" style="shape=tableRow;horizontal=0;startSize=0;swimlaneHead=0;swimlaneBody=0;strokeColor=inherit;top=0;left=0;bottom=0;right=0;collapsible=0;dropTarget=0;fillColor=none;points=[[0,0.5],[1,0.5]];portConstraint=eastwest;fontSize=12;" parent="pricing" vertex="1">
                    <mxGeometry y="108" width="360" height="26" as="geometry"/>
                </mxCell>
                <mxCell id="pricing-r4-c" value="per_trip_fee : NUMERIC(10,2)" style="shape=partialRectangle;html=1;whiteSpace=wrap;connectable=0;strokeColor=inherit;overflow=hidden;fillColor=none;top=0;left=0;bottom=0;right=0;pointerEvents=1;align=left;spacingLeft=10;" parent="pricing-r4" vertex="1">
                    <mxGeometry width="360" height="26" as="geometry">
                        <mxRectangle width="360" height="26" as="alternateBounds"/>
                    </mxGeometry>
                </mxCell>
                <mxCell id="pricing-r5" value="" style="shape=tableRow;horizontal=0;startSize=0;swimlaneHead=0;swimlaneBody=0;strokeColor=inherit;top=0;left=0;bottom=0;right=0;collapsible=0;dropTarget=0;fillColor=none;points=[[0,0.5],[1,0.5]];portConstraint=eastwest;fontSize=12;" parent="pricing" vertex="1">
                    <mxGeometry y="134" width="360" height="26" as="geometry"/>
                </mxCell>
                <mxCell id="pricing-r5-c" value="per_school_fee : NUMERIC(10,2)" style="shape=partialRectangle;html=1;whiteSpace=wrap;connectable=0;strokeColor=inherit;overflow=hidden;fillColor=none;top=0;left=0;bottom=0;right=0;pointerEvents=1;align=left;spacingLeft=10;" parent="pricing-r5" vertex="1">
                    <mxGeometry width="360" height="26" as="geometry">
                        <mxRectangle width="360" height="26" as="alternateBounds"/>
                    </mxGeometry>
                </mxCell>
                <mxCell id="pricing-r6" value="" style="shape=tableRow;horizontal=0;startSize=0;swimlaneHead=0;swimlaneBody=0;strokeColor=inherit;top=0;left=0;bottom=0;right=0;collapsible=0;dropTarget=0;fillColor=none;points=[[0,0.5],[1,0.5]];portConstraint=eastwest;fontSize=12;" parent="pricing" vertex="1">
                    <mxGeometry y="160" width="360" height="26" as="geometry"/>
                </mxCell>
                <mxCell id="pricing-r6-c" value="created_at : TIMESTAMPTZ" style="shape=partialRectangle;html=1;whiteSpace=wrap;connectable=0;strokeColor=inherit;overflow=hidden;fillColor=none;top=0;left=0;bottom=0;right=0;pointerEvents=1;align=left;spacingLeft=10;fontColor=#666666;" parent="pricing-r6" vertex="1">
                    <mxGeometry width="360" height="26" as="geometry">
                        <mxRectangle width="360" height="26" as="alternateBounds"/>
                    </mxGeometry>
                </mxCell>
                <mxCell id="pricing-r7" value="" style="shape=tableRow;horizontal=0;startSize=0;swimlaneHead=0;swimlaneBody=0;strokeColor=inherit;top=0;left=0;bottom=0;right=0;collapsible=0;dropTarget=0;fillColor=none;points=[[0,0.5],[1,0.5]];portConstraint=eastwest;fontSize=12;" parent="pricing" vertex="1">
                    <mxGeometry y="186" width="360" height="26" as="geometry"/>
                </mxCell>
                <mxCell id="pricing-r7-c" value="updated_at : TIMESTAMPTZ" style="shape=partialRectangle;html=1;whiteSpace=wrap;connectable=0;strokeColor=inherit;overflow=hidden;fillColor=none;top=0;left=0;bottom=0;right=0;pointerEvents=1;align=left;spacingLeft=10;fontColor=#666666;" parent="pricing-r7" vertex="1">
                    <mxGeometry width="360" height="26" as="geometry">
                        <mxRectangle width="360" height="26" as="alternateBounds"/>
                    </mxGeometry>
                </mxCell>
                <mxCell id="fk-sessions-schools" style="edgeStyle=entityRelationEdgeStyle;fontSize=12;html=1;endArrow=ERone;startArrow=ERmany;rounded=0;exitX=0;exitY=0.5;exitDx=0;exitDy=0;entryX=1;entryY=0.5;entryDx=0;entryDy=0;" parent="1" source="sessions-r2" target="schools-r1" edge="1">
                    <mxGeometry relative="1" as="geometry"/>
                </mxCell>
                <mxCell id="fk-enrolments-sessions" style="edgeStyle=entityRelationEdgeStyle;fontSize=12;html=1;endArrow=ERone;startArrow=ERmany;rounded=0;exitX=0;exitY=0.5;exitDx=0;exitDy=0;entryX=1;entryY=0.5;entryDx=0;entryDy=0;" parent="1" source="enrolments-r3" target="sessions-r1" edge="1">
                    <mxGeometry relative="1" as="geometry"/>
                </mxCell>
                <mxCell id="fk-enrolments-students" style="edgeStyle=entityRelationEdgeStyle;fontSize=12;html=1;endArrow=ERone;startArrow=ERmany;rounded=0;exitX=1;exitY=0.5;exitDx=0;exitDy=0;entryX=0;entryY=0.5;entryDx=0;entryDy=0;" parent="1" source="enrolments-r2" target="students-r1" edge="1">
                    <mxGeometry relative="1" as="geometry"/>
                </mxCell>
                <mxCell id="fk-schools-caterers" style="edgeStyle=entityRelationEdgeStyle;fontSize=12;html=1;endArrow=ERone;startArrow=ERmany;rounded=0;exitX=1;exitY=0.5;exitDx=0;exitDy=0;entryX=1;entryY=0.5;entryDx=0;entryDy=0;" parent="1" source="schools-r-cat" target="caterers-r1" edge="1">
                    <mxGeometry relative="1" as="geometry">
                        <mxPoint x="20" y="300" as="sourcePoint"/>
                        <mxPoint x="340" y="420" as="targetPoint"/>
                        <Array as="points">
                            <mxPoint x="350" y="230"/>
                            <mxPoint y="370"/>
                            <mxPoint x="250" y="420"/>
                            <mxPoint x="320" y="400"/>
                            <mxPoint x="20" y="340"/>
                            <mxPoint x="80" y="350"/>
                            <mxPoint x="20" y="390"/>
                            <mxPoint x="170" y="370"/>
                            <mxPoint x="10" y="380"/>
                        </Array>
                    </mxGeometry>
                </mxCell>
                <mxCell id="fk-items-caterers" style="edgeStyle=entityRelationEdgeStyle;fontSize=12;html=1;endArrow=ERone;startArrow=ERmany;rounded=0;exitX=0;exitY=0.5;exitDx=0;exitDy=0;entryX=1;entryY=0.5;entryDx=0;entryDy=0;" parent="1" source="items-r1" target="caterers-r1" edge="1">
                    <mxGeometry relative="1" as="geometry"/>
                </mxCell>
                <mxCell id="fk-pricing-caterers" style="edgeStyle=entityRelationEdgeStyle;fontSize=12;html=1;endArrow=ERone;startArrow=ERone;rounded=0;exitX=0;exitY=0.5;exitDx=0;exitDy=0;entryX=1;entryY=0.5;entryDx=0;entryDy=0;" parent="1" source="pricing-r1" target="caterers-r1" edge="1">
                    <mxGeometry relative="1" as="geometry"/>
                </mxCell>
                <mxCell id="footer" value="• Primary keys: BIGINT GENERATED ALWAYS AS IDENTITY (composite PK on enrolments &amp; items; pricing_structures uses caterer_id as PK for 1:1)    • day_of_week: ENUM (Mon–Fri)    • dietary_tag: ENUM (&#39;GF&#39;,&#39;DF&#39;,&#39;NF&#39;,&#39;V&#39;,&#39;H&#39;)  — V = vegetarian / vegetarian option, H = halal    • FK on delete: schools/sessions/items/pricing→caterers RESTRICT, enrolments→students/sessions CASCADE, items/pricing→caterers CASCADE    • RLS disabled for now" style="text;html=1;align=left;verticalAlign=middle;fontSize=11;fontStyle=2;fontColor=#555555;" parent="1" vertex="1">
                    <mxGeometry x="40" y="800" width="1600" height="50" as="geometry"/>
                </mxCell>
            </root>
        </mxGraphModel>
    </diagram>
</mxfile>